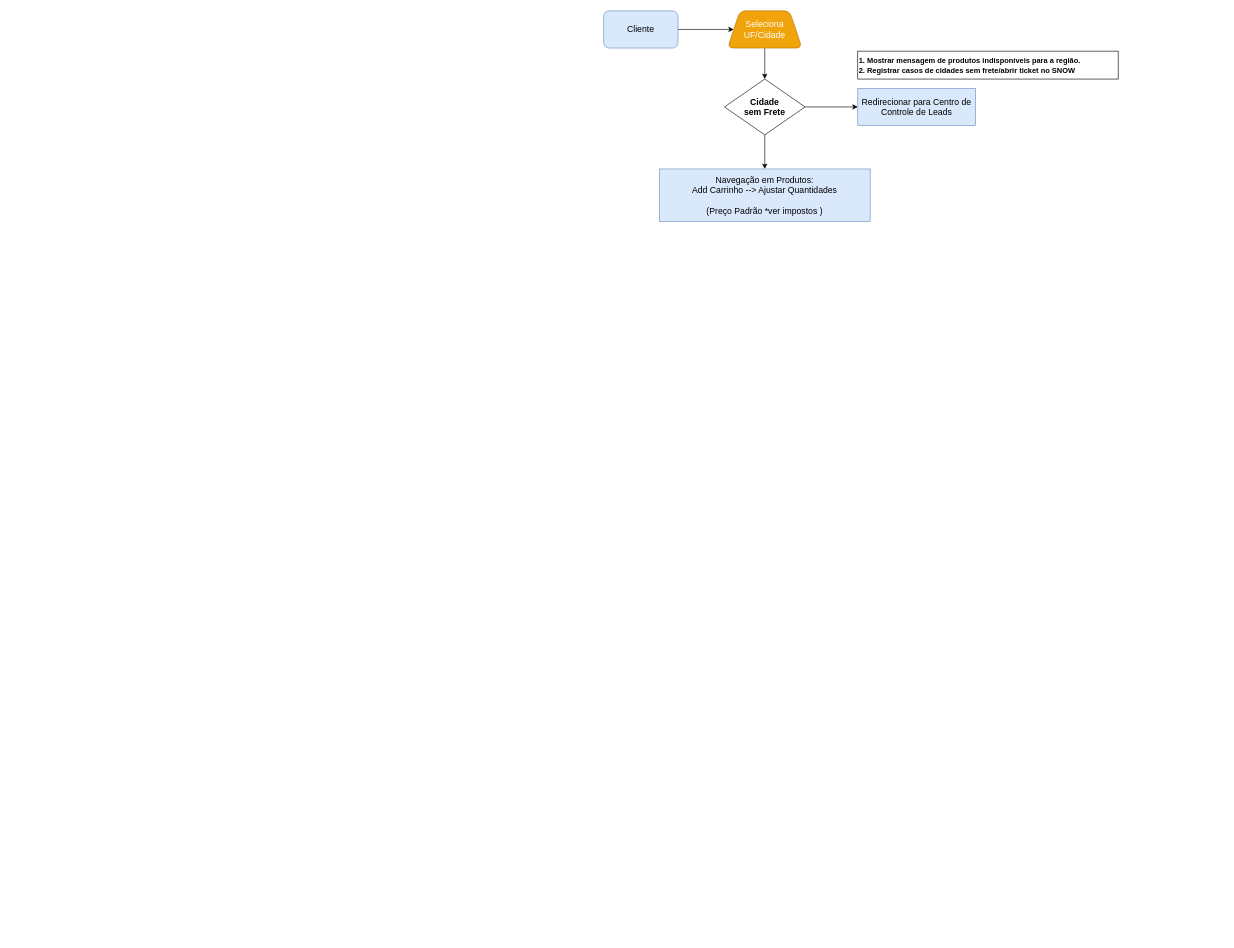
This is page "OrderEntry" (1 of 2) of OnlineSales.drawio from anlugifa/drawio, a draw.io file, before an edit. Source tidied: cells renumbered, new cells numbered last; positions are measured from the earlier drawing's top-left corner, leaving out a move shared by most shapes. Both pictures are drawn from the tidied source at 62%, with x=0, y=0 at pixel (603, 11).
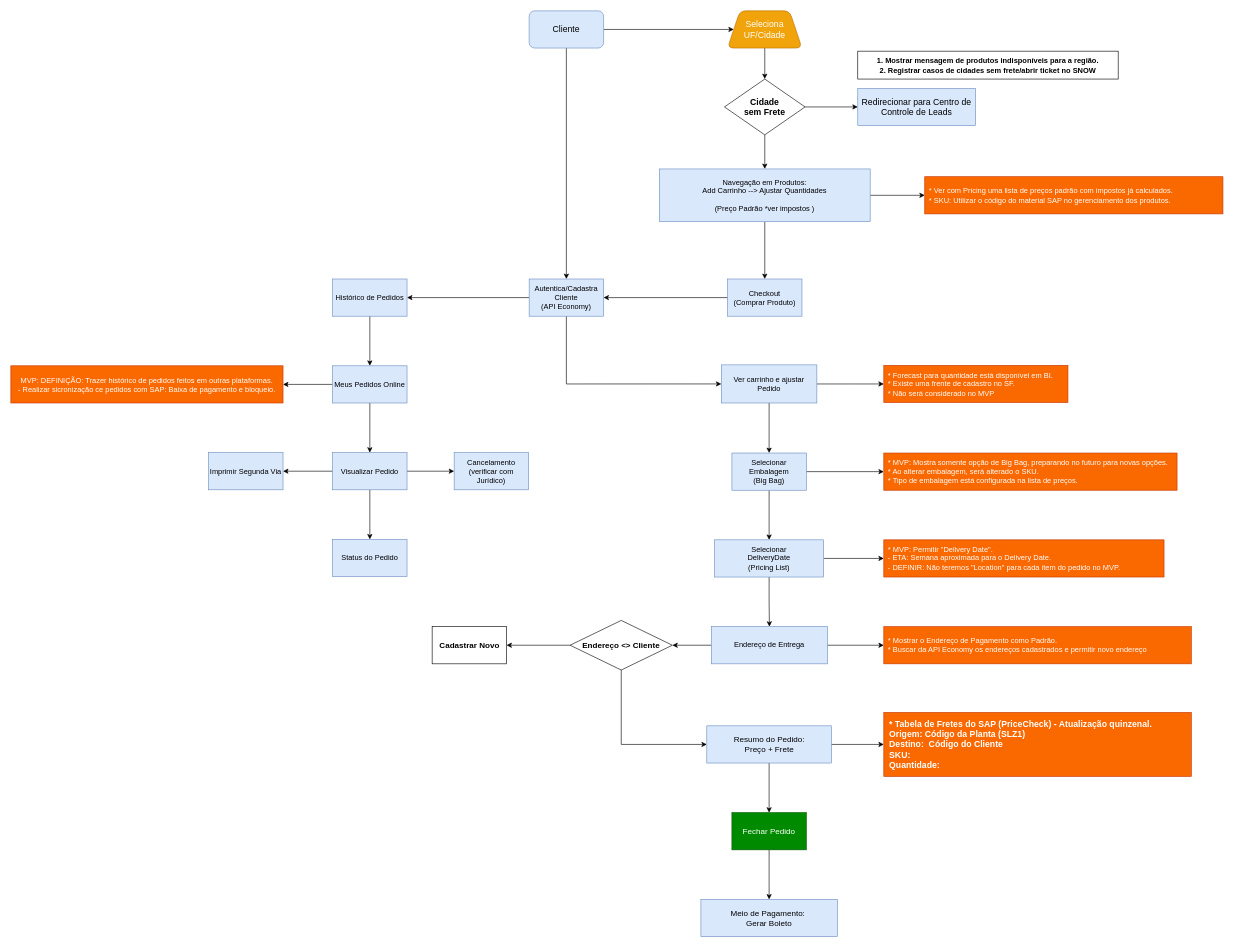
The same page after the edit.

Diff of the diagram source:
```diff
@@
+    <mxCell id="12" style="edgeStyle=orthogonalEdgeStyle;rounded=0;jettySize=auto;html=1;fontSize=13;fontColor=#000000;" parent="1" edge="1" source="3" target="19">
+      <mxGeometry relative="1" as="geometry" />
+    </mxCell>
     <mxCell id="3" value="&lt;font style=&quot;font-size: 14px&quot;&gt;Cliente&lt;/font&gt;" style="rounded=1;whiteSpace=wrap;html=1;fillColor=#dae8fc;strokeColor=#6c8ebf;fontSize=13;" parent="1" vertex="1">
-      <mxGeometry width="120" height="60" as="geometry" />
+      <mxGeometry x="-120" width="120" height="60" as="geometry" />
     </mxCell>
@@
-    <mxCell id="10" value="&lt;div&gt;1. Mostrar mensagem de produtos indisponíveis para a região.&lt;/div&gt;&lt;div&gt;2. Registrar casos de cidades sem frete/abrir ticket no SNOW&lt;/div&gt;" style="text;html=1;fillColor=none;align=left;verticalAlign=middle;whiteSpace=wrap;rounded=0;fontStyle=1;strokeColor=#000000;" parent="1" vertex="1">
+    <mxCell id="10" value="&lt;div&gt;1. Mostrar mensagem de produtos indisponíveis para a região.&lt;/div&gt;&lt;div&gt;2. Registrar casos de cidades sem frete/abrir ticket no SNOW&lt;/div&gt;" style="text;html=1;fillColor=none;align=center;verticalAlign=middle;whiteSpace=wrap;rounded=0;fontStyle=1;strokeColor=#000000;" parent="1" vertex="1">
       <mxGeometry x="410" y="65" width="420" height="45" as="geometry" />
     </mxCell>
+    <mxCell id="13" style="edgeStyle=orthogonalEdgeStyle;rounded=0;jettySize=auto;html=1;fontSize=13;fontColor=#000000;" parent="1" edge="1" source="11" target="16">
+      <mxGeometry relative="1" as="geometry" />
+    </mxCell>
+    <mxCell id="14" style="edgeStyle=orthogonalEdgeStyle;rounded=0;jettySize=auto;html=1;fontSize=13;fontColor=#000000;exitX=0;exitY=0.5;exitDx=0;exitDy=0;entryX=1;entryY=0.5;entryDx=0;entryDy=0;" parent="1" edge="1" source="16" target="19">
+      <mxGeometry relative="1" as="geometry" />
+    </mxCell>
+    <mxCell id="15" style="edgeStyle=orthogonalEdgeStyle;rounded=0;jettySize=auto;html=1;fontSize=13;fontColor=#000000;" parent="1" edge="1" source="11" target="36">
+      <mxGeometry relative="1" as="geometry" />
+    </mxCell>
-    <mxCell id="11" value="&lt;p style=&quot;margin-top: 0pt ; margin-bottom: 0pt ; margin-left: 0in ; text-indent: 0in ; font-size: 14px&quot;&gt;&lt;span style=&quot;font-family: &amp;#34;calibri&amp;#34;&quot;&gt;&lt;font style=&quot;font-size: 14px&quot;&gt;Navegação em Produtos:&lt;/font&gt;&lt;/span&gt;&lt;/p&gt;&lt;p style=&quot;margin-top: 0pt ; margin-bottom: 0pt ; margin-left: 0in ; text-indent: 0in ; font-size: 14px&quot;&gt;&lt;font style=&quot;font-size: 14px&quot;&gt;&lt;span style=&quot;font-family: &amp;#34;calibri&amp;#34;&quot;&gt;Add&lt;/span&gt;&lt;span style=&quot;font-family: &amp;#34;calibri&amp;#34; ; vertical-align: baseline&quot;&gt; Carrinho --&amp;gt; Ajustar Quantidades&lt;/span&gt;&lt;span style=&quot;font-family: &amp;#34;calibri&amp;#34;&quot;&gt;&lt;br&gt;&lt;br&gt;&lt;/span&gt;&lt;span style=&quot;font-family: &amp;#34;calibri&amp;#34;&quot;&gt;(Preço Padrão *ver impostos )&lt;/span&gt;&lt;/font&gt;&lt;/p&gt;" style="whiteSpace=wrap;html=1;fillColor=#dae8fc;strokeColor=#6c8ebf;fontStyle=0;" parent="1" vertex="1">
+    <mxCell id="11" value="&lt;p style=&quot;margin-top: 0pt ; margin-bottom: 0pt ; margin-left: 0in ; text-indent: 0in&quot;&gt;&lt;span style=&quot;font-family: &amp;#34;calibri&amp;#34;&quot;&gt;&lt;font style=&quot;font-size: 12px&quot;&gt;Navegação em Produtos:&lt;/font&gt;&lt;/span&gt;&lt;/p&gt;&lt;p style=&quot;margin-top: 0pt ; margin-bottom: 0pt ; margin-left: 0in ; text-indent: 0in&quot;&gt;&lt;font style=&quot;font-size: 12px&quot;&gt;&lt;span style=&quot;font-family: &amp;#34;calibri&amp;#34;&quot;&gt;Add&lt;/span&gt;&lt;span style=&quot;font-family: &amp;#34;calibri&amp;#34; ; vertical-align: baseline&quot;&gt; Carrinho --&amp;gt; Ajustar Quantidades&lt;/span&gt;&lt;span style=&quot;font-family: &amp;#34;calibri&amp;#34;&quot;&gt;&lt;br&gt;&lt;br&gt;&lt;/span&gt;&lt;span style=&quot;font-family: &amp;#34;calibri&amp;#34;&quot;&gt;(Preço Padrão *ver impostos )&lt;/span&gt;&lt;/font&gt;&lt;/p&gt;" style="whiteSpace=wrap;html=1;fillColor=#dae8fc;strokeColor=#6c8ebf;fontStyle=0;" parent="1" vertex="1">
       <mxGeometry x="90" y="255" width="340" height="85" as="geometry" />
     </mxCell>
+    <mxCell id="16" value="Checkout&lt;br&gt;(Comprar Produto)" style="whiteSpace=wrap;html=1;fontStyle=0;strokeColor=#6c8ebf;fillColor=#dae8fc;" parent="1" vertex="1">
+      <mxGeometry x="200" y="432.5" width="120" height="60" as="geometry" />
+    </mxCell>
+    <mxCell id="17" style="edgeStyle=orthogonalEdgeStyle;rounded=0;jettySize=auto;html=1;fontSize=13;fontColor=#000000;" parent="1" edge="1" source="19" target="21">
+      <mxGeometry relative="1" as="geometry" />
+    </mxCell>
+    <mxCell id="18" style="edgeStyle=orthogonalEdgeStyle;rounded=0;jettySize=auto;html=1;fontSize=13;fontColor=#000000;exitX=0.5;exitY=1;exitDx=0;exitDy=0;entryX=0;entryY=0.5;entryDx=0;entryDy=0;" parent="1" edge="1" source="19" target="34">
+      <mxGeometry relative="1" as="geometry" />
+    </mxCell>
+    <mxCell id="19" value="Autentica/Cadastra Cliente&lt;br&gt;(API Economy)" style="whiteSpace=wrap;html=1;fontStyle=0;strokeColor=#6c8ebf;fillColor=#dae8fc;" parent="1" vertex="1">
+      <mxGeometry x="-120" y="432.5" width="120" height="60" as="geometry" />
+    </mxCell>
+    <mxCell id="20" style="edgeStyle=orthogonalEdgeStyle;rounded=0;jettySize=auto;html=1;fontSize=13;fontColor=#000000;" parent="1" edge="1" source="21" target="24">
+      <mxGeometry relative="1" as="geometry" />
+    </mxCell>
+    <mxCell id="21" value="Histórico de Pedidos" style="whiteSpace=wrap;html=1;fontStyle=0;strokeColor=#6c8ebf;fillColor=#dae8fc;" parent="1" vertex="1">
+      <mxGeometry x="-437" y="432.5" width="120" height="60" as="geometry" />
+    </mxCell>
+    <mxCell id="22" style="edgeStyle=orthogonalEdgeStyle;rounded=0;jettySize=auto;html=1;fontSize=13;fontColor=#000000;" parent="1" edge="1" source="24" target="28">
+      <mxGeometry relative="1" as="geometry" />
+    </mxCell>
+    <mxCell id="23" style="edgeStyle=orthogonalEdgeStyle;rounded=0;jettySize=auto;html=1;fontSize=13;fontColor=#000000;" parent="1" edge="1" source="24" target="37">
+      <mxGeometry relative="1" as="geometry" />
+    </mxCell>
+    <mxCell id="24" value="Meus Pedidos Online" style="whiteSpace=wrap;html=1;fontStyle=0;strokeColor=#6c8ebf;fillColor=#dae8fc;" parent="1" vertex="1">
+      <mxGeometry x="-437" y="572.5" width="120" height="60" as="geometry" />
+    </mxCell>
+    <mxCell id="25" style="edgeStyle=orthogonalEdgeStyle;rounded=0;jettySize=auto;html=1;fontSize=13;fontColor=#000000;" parent="1" edge="1" source="28" target="29">
+      <mxGeometry relative="1" as="geometry" />
+    </mxCell>
+    <mxCell id="26" style="edgeStyle=orthogonalEdgeStyle;rounded=0;jettySize=auto;html=1;fontSize=13;fontColor=#000000;" parent="1" edge="1" source="28" target="30">
+      <mxGeometry relative="1" as="geometry" />
+    </mxCell>
+    <mxCell id="27" style="edgeStyle=orthogonalEdgeStyle;rounded=0;jettySize=auto;html=1;fontSize=13;fontColor=#000000;" parent="1" edge="1" source="28" target="31">
+      <mxGeometry relative="1" as="geometry" />
+    </mxCell>
+    <mxCell id="28" value="Visualizar Pedido" style="whiteSpace=wrap;html=1;fontStyle=0;strokeColor=#6c8ebf;fillColor=#dae8fc;" parent="1" vertex="1">
+      <mxGeometry x="-437" y="712.5" width="120" height="60" as="geometry" />
+    </mxCell>
+    <mxCell id="29" value="Imprimir Segunda Via" style="whiteSpace=wrap;html=1;fontStyle=0;strokeColor=#6c8ebf;fillColor=#dae8fc;" parent="1" vertex="1">
+      <mxGeometry x="-637" y="712.5" width="120" height="60" as="geometry" />
+    </mxCell>
+    <mxCell id="30" value="Status do Pedido" style="whiteSpace=wrap;html=1;fontStyle=0;strokeColor=#6c8ebf;fillColor=#dae8fc;" parent="1" vertex="1">
+      <mxGeometry x="-437" y="852.5" width="120" height="60" as="geometry" />
+    </mxCell>
+    <mxCell id="31" value="Cancelamento&lt;br&gt;(verificar com Jurídico)" style="whiteSpace=wrap;html=1;fontStyle=0;strokeColor=#6c8ebf;fillColor=#dae8fc;" parent="1" vertex="1">
+      <mxGeometry x="-241" y="712.5" width="120" height="60" as="geometry" />
+    </mxCell>
+    <mxCell id="32" style="edgeStyle=orthogonalEdgeStyle;rounded=0;jettySize=auto;html=1;fontSize=13;fontColor=#000000;" parent="1" edge="1" source="34" target="35">
+      <mxGeometry relative="1" as="geometry" />
+    </mxCell>
+    <mxCell id="33" style="edgeStyle=orthogonalEdgeStyle;rounded=0;jettySize=auto;html=1;fontSize=13;fontColor=#000000;" parent="1" edge="1" source="34" target="40">
+      <mxGeometry relative="1" as="geometry" />
+    </mxCell>
+    <mxCell id="34" value="Ver carrinho e ajustar Pedido" style="whiteSpace=wrap;html=1;fontStyle=0;strokeColor=#6c8ebf;fillColor=#dae8fc;" parent="1" vertex="1">
+      <mxGeometry x="190" y="571" width="154" height="61.5" as="geometry" />
+    </mxCell>
+    <mxCell id="35" value="* Forecast para quantidade está disponível em BI.&lt;br&gt;* Existe uma frente de cadastro no  SF.&lt;br&gt;* Não será considerado no MVP" style="whiteSpace=wrap;html=1;fontStyle=0;strokeColor=#C73500;fillColor=#fa6800;fontColor=#ffffff;align=left;spacingLeft=5;" parent="1" vertex="1">
+      <mxGeometry x="452" y="571.8" width="297" height="60" as="geometry" />
+    </mxCell>
+    <mxCell id="36" value="&lt;div&gt;* Ver com Pricing uma lista de preços padrão com impostos já calculados.&lt;/div&gt;&lt;div&gt;* SKU: Utilizar o código do material SAP no gerenciamento dos produtos.&lt;/div&gt;" style="whiteSpace=wrap;html=1;fontStyle=0;strokeColor=#C73500;fillColor=#fa6800;fontColor=#ffffff;align=left;spacingLeft=5;" parent="1" vertex="1">
+      <mxGeometry x="518" y="267.5" width="481" height="60" as="geometry" />
+    </mxCell>
+    <mxCell id="37" value="&lt;div&gt;MVP: DEFINIÇÃO: Trazer histórico de pedidos feitos em outras plataformas.&lt;/div&gt;&lt;div&gt;- Realizar sicronização ce pedidos com SAP: Baixa de pagamento e bloqueio.&lt;/div&gt;" style="whiteSpace=wrap;html=1;fontStyle=0;strokeColor=#C73500;fillColor=#fa6800;fontColor=#ffffff;" parent="1" vertex="1">
+      <mxGeometry x="-956" y="572.5" width="439" height="60" as="geometry" />
+    </mxCell>
+    <mxCell id="38" style="edgeStyle=orthogonalEdgeStyle;rounded=0;jettySize=auto;html=1;fontSize=13;fontColor=#000000;" parent="1" edge="1" source="40" target="41">
+      <mxGeometry relative="1" as="geometry" />
+    </mxCell>
+    <mxCell id="39" style="edgeStyle=orthogonalEdgeStyle;rounded=0;jettySize=auto;html=1;fontSize=13;fontColor=#000000;" parent="1" edge="1" source="40" target="44">
+      <mxGeometry relative="1" as="geometry" />
+    </mxCell>
+    <mxCell id="40" value="Selecionar Embalagem&lt;br&gt;(Big Bag)" style="whiteSpace=wrap;html=1;fontStyle=0;strokeColor=#6c8ebf;fillColor=#dae8fc;" parent="1" vertex="1">
+      <mxGeometry x="207" y="713.2" width="120" height="60" as="geometry" />
+    </mxCell>
+    <mxCell id="41" value="&lt;div&gt;* MVP: Mostra somente opção de Big Bag, preparando no futuro para novas opções.&lt;/div&gt;&lt;div&gt;* Ao alterar embalagem, será alterado o SKU.&lt;/div&gt;&lt;div&gt;* Tipo de embalagem está configurada na lista de preços.&lt;/div&gt;" style="whiteSpace=wrap;html=1;fontStyle=0;strokeColor=#C73500;fillColor=#fa6800;fontColor=#ffffff;align=left;spacingLeft=5;" parent="1" vertex="1">
+      <mxGeometry x="452" y="713.2" width="473" height="60" as="geometry" />
+    </mxCell>
+    <mxCell id="42" style="edgeStyle=orthogonalEdgeStyle;rounded=0;jettySize=auto;html=1;fontSize=13;fontColor=#000000;" parent="1" edge="1" source="44" target="45">
+      <mxGeometry relative="1" as="geometry" />
+    </mxCell>
+    <mxCell id="43" style="edgeStyle=orthogonalEdgeStyle;rounded=0;jettySize=auto;html=1;fontSize=13;fontColor=#000000;" parent="1" edge="1" source="44" target="48">
+      <mxGeometry relative="1" as="geometry" />
+    </mxCell>
+    <mxCell id="44" value="Selecionar&lt;br&gt;DeliveryDate&lt;br&gt;(Pricing List)" style="whiteSpace=wrap;html=1;fontStyle=0;strokeColor=#6c8ebf;fillColor=#dae8fc;" parent="1" vertex="1">
+      <mxGeometry x="179" y="853.2" width="176" height="60" as="geometry" />
+    </mxCell>
+    <mxCell id="45" value="&lt;div&gt;* MVP: Permitir &quot;Delivery Date&quot;.&lt;/div&gt;&lt;div&gt;- ETA: Semana aproximada para o Delivery Date.&lt;/div&gt;&lt;div style=&quot;&quot;&gt;- DEFINIR: Não teremos &quot;Location&quot; para cada item do pedido no MVP.&lt;/div&gt;" style="whiteSpace=wrap;html=1;fontStyle=0;strokeColor=#C73500;fillColor=#fa6800;fontColor=#ffffff;align=left;spacingLeft=5;" parent="1" vertex="1">
+      <mxGeometry x="452" y="853.2" width="452" height="60" as="geometry" />
+    </mxCell>
+    <mxCell id="46" style="edgeStyle=orthogonalEdgeStyle;rounded=0;jettySize=auto;html=1;fontSize=13;fontColor=#000000;" parent="1" edge="1" source="48" target="49">
+      <mxGeometry relative="1" as="geometry" />
+    </mxCell>
+    <mxCell id="47" style="edgeStyle=orthogonalEdgeStyle;rounded=0;jettySize=auto;html=1;fontSize=13;fontColor=#000000;" parent="1" edge="1" source="48" target="52">
+      <mxGeometry relative="1" as="geometry" />
+    </mxCell>
+    <mxCell id="48" value="Endereço de Entrega" style="whiteSpace=wrap;html=1;fontStyle=0;strokeColor=#6c8ebf;fillColor=#dae8fc;" parent="1" vertex="1">
+      <mxGeometry x="174" y="993.2" width="187" height="60" as="geometry" />
+    </mxCell>
+    <mxCell id="49" value="* Mostrar o Endereço de Pagamento como Padrão.&lt;br&gt;* Buscar da API Economy os endereços cadastrados e permitir novo endereço" style="whiteSpace=wrap;html=1;fontStyle=0;strokeColor=#C73500;fillColor=#fa6800;fontColor=#ffffff;align=left;spacingLeft=5;" parent="1" vertex="1">
+      <mxGeometry x="452" y="993.2" width="496" height="60" as="geometry" />
+    </mxCell>
+    <mxCell id="50" style="edgeStyle=orthogonalEdgeStyle;rounded=0;jettySize=auto;html=1;fontSize=13;fontColor=#000000;" parent="1" edge="1" source="52" target="53">
+      <mxGeometry relative="1" as="geometry" />
+    </mxCell>
+    <mxCell id="51" style="edgeStyle=orthogonalEdgeStyle;rounded=0;jettySize=auto;html=1;fontSize=13;fontColor=#000000;exitX=0.5;exitY=1;exitDx=0;exitDy=0;entryX=0;entryY=0.5;entryDx=0;entryDy=0;" parent="1" edge="1" source="52" target="56">
+      <mxGeometry relative="1" as="geometry" />
+    </mxCell>
+    <mxCell id="52" value="Endereço &amp;lt;&amp;gt; Cliente" style="rhombus;whiteSpace=wrap;html=1;strokeColor=#000000;fontSize=13;fontColor=#000000;align=center;fontStyle=1;" parent="1" vertex="1">
+      <mxGeometry x="-54" y="983.2" width="165" height="80" as="geometry" />
+    </mxCell>
+    <mxCell id="53" value="Cadastrar Novo" style="whiteSpace=wrap;html=1;fontSize=13;fontStyle=1;" parent="1" vertex="1">
+      <mxGeometry x="-276.5" y="993.2" width="120" height="60" as="geometry" />
+    </mxCell>
+    <mxCell id="54" style="edgeStyle=orthogonalEdgeStyle;rounded=0;jettySize=auto;html=1;entryX=0;entryY=0.5;entryDx=0;entryDy=0;fontSize=13;fontColor=#000000;" parent="1" edge="1" source="56" target="57">
+      <mxGeometry relative="1" as="geometry" />
+    </mxCell>
+    <mxCell id="55" style="edgeStyle=orthogonalEdgeStyle;rounded=0;jettySize=auto;html=1;fontSize=13;fontColor=#000000;" parent="1" edge="1" source="56" target="59">
+      <mxGeometry relative="1" as="geometry" />
+    </mxCell>
+    <mxCell id="56" value="Resumo do Pedido: &lt;br&gt;Preço + Frete" style="whiteSpace=wrap;html=1;fontSize=13;fontStyle=0;fillColor=#dae8fc;strokeColor=#6c8ebf;" parent="1" vertex="1">
+      <mxGeometry x="166.5" y="1153.2" width="201" height="60" as="geometry" />
+    </mxCell>
+    <mxCell id="57" value="&lt;p style=&quot;margin-top: 0pt ; margin-bottom: 0pt ; margin-left: 0in ; text-indent: 0in ; font-size: 14px&quot;&gt;&lt;font face=&quot;calibri&quot; style=&quot;font-size: 14px&quot;&gt;&lt;b&gt;* Tabela de Fretes do SAP (PriceCheck) - Atualização quinzenal.&lt;/b&gt;&lt;/font&gt;&lt;/p&gt;&lt;p style=&quot;margin-top: 0pt ; margin-bottom: 0pt ; margin-left: 0in ; text-indent: 0in ; font-size: 14px&quot;&gt;&lt;font face=&quot;calibri&quot; style=&quot;font-size: 14px&quot;&gt;&lt;b&gt;Origem: Código da Planta (SLZ1)&lt;/b&gt;&lt;/font&gt;&lt;/p&gt;&lt;p style=&quot;margin-top: 0pt ; margin-bottom: 0pt ; margin-left: 0in ; text-indent: 0in ; font-size: 14px&quot;&gt;&lt;font face=&quot;calibri&quot; style=&quot;font-size: 14px&quot;&gt;&lt;b&gt;Destino:&amp;nbsp; Código do Cliente&lt;/b&gt;&lt;/font&gt;&lt;/p&gt;&lt;p style=&quot;margin-top: 0pt ; margin-bottom: 0pt ; margin-left: 0in ; text-indent: 0in ; font-size: 14px&quot;&gt;&lt;font face=&quot;calibri&quot; style=&quot;font-size: 14px&quot;&gt;&lt;b&gt;SKU:&lt;/b&gt;&lt;/font&gt;&lt;/p&gt;&lt;p style=&quot;margin-top: 0pt ; margin-bottom: 0pt ; margin-left: 0in ; text-indent: 0in ; font-size: 14px&quot;&gt;&lt;font face=&quot;calibri&quot; style=&quot;font-size: 14px&quot;&gt;&lt;b&gt;Quantidade:&lt;/b&gt;&lt;/font&gt;&lt;/p&gt;" style="whiteSpace=wrap;html=1;fontStyle=0;strokeColor=#C73500;fillColor=#fa6800;fontColor=#ffffff;align=left;spacingLeft=7;" parent="1" vertex="1">
+      <mxGeometry x="452" y="1131.6" width="496" height="103.2" as="geometry" />
+    </mxCell>
+    <mxCell id="58" style="edgeStyle=orthogonalEdgeStyle;rounded=0;jettySize=auto;html=1;fontSize=13;fontColor=#000000;" parent="1" edge="1" source="59" target="60">
+      <mxGeometry relative="1" as="geometry" />
+    </mxCell>
+    <mxCell id="59" value="Fechar Pedido" style="whiteSpace=wrap;html=1;fontSize=13;fontStyle=0;strokeColor=#005700;fillColor=#008a00;fontColor=#ffffff;" parent="1" vertex="1">
+      <mxGeometry x="207" y="1293.2" width="120" height="60" as="geometry" />
+    </mxCell>
+    <mxCell id="60" value="Meio de Pagamento:&amp;nbsp;&lt;br&gt;Gerar Boleto" style="whiteSpace=wrap;html=1;fontSize=13;fontStyle=0;strokeColor=#6c8ebf;fillColor=#dae8fc;" parent="1" vertex="1">
+      <mxGeometry x="157" y="1433.2" width="220" height="60" as="geometry" />
+    </mxCell>
```
